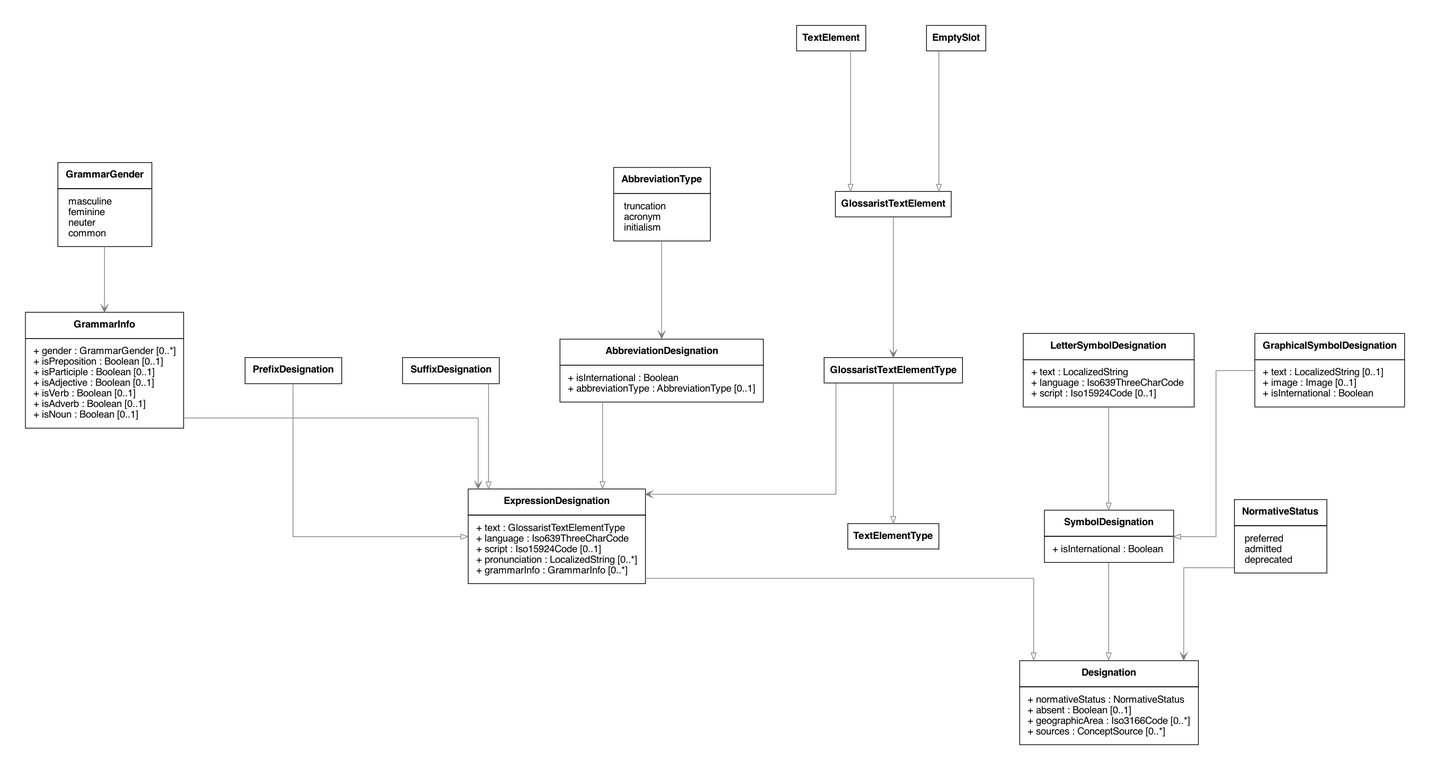
The Graphviz diagram lutaml/Designations.png in glossarist/concept-model, before a commit. Its source is kept beside it as lutaml/Designations.dot.
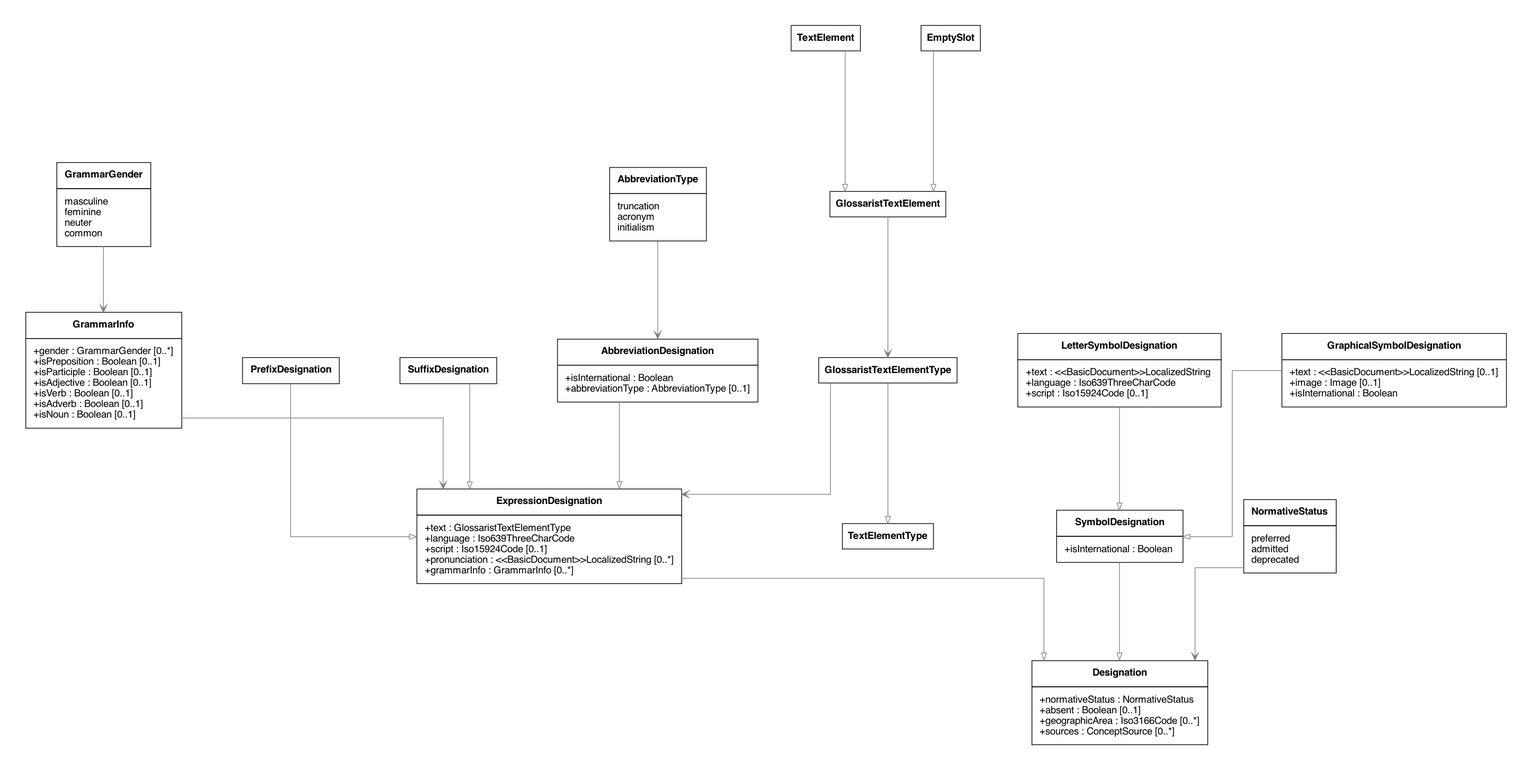
After the change.

Change to the diagram source:
```diff
@@ -12,10 +12,10 @@
   <TR>
     <TD>
           <TABLE BORDER="0" CELLPADDING="0" CELLSPACING="0">
-            <TR><TD ALIGN="LEFT">+ normativeStatus : NormativeStatus </TD></TR>
-            <TR><TD ALIGN="LEFT">+ absent : Boolean &#91;0..1&#93;</TD></TR>
-            <TR><TD ALIGN="LEFT">+ geographicArea : Iso3166Code &#91;0..*&#93;</TD></TR>
-            <TR><TD ALIGN="LEFT">+ sources : ConceptSource &#91;0..*&#93;</TD></TR>
+            <TR><TD ALIGN="LEFT">+normativeStatus : NormativeStatus </TD></TR>
+            <TR><TD ALIGN="LEFT">+absent : Boolean &#91;0..1&#93;</TD></TR>
+            <TR><TD ALIGN="LEFT">+geographicArea : Iso3166Code &#91;0..*&#93;</TD></TR>
+            <TR><TD ALIGN="LEFT">+sources : ConceptSource &#91;0..*&#93;</TD></TR>
           </TABLE>
         </TD>
   </TR>
@@ -32,11 +32,11 @@
   <TR>
     <TD>
           <TABLE BORDER="0" CELLPADDING="0" CELLSPACING="0">
-            <TR><TD ALIGN="LEFT">+ text : GlossaristTextElementType </TD></TR>
-            <TR><TD ALIGN="LEFT">+ language : Iso639ThreeCharCode </TD></TR>
-            <TR><TD ALIGN="LEFT">+ script : Iso15924Code &#91;0..1&#93;</TD></TR>
-            <TR><TD ALIGN="LEFT">+ pronunciation : LocalizedString &#91;0..*&#93;</TD></TR>
-            <TR><TD ALIGN="LEFT">+ grammarInfo : GrammarInfo &#91;0..*&#93;</TD></TR>
+            <TR><TD ALIGN="LEFT">+text : GlossaristTextElementType </TD></TR>
+            <TR><TD ALIGN="LEFT">+language : Iso639ThreeCharCode </TD></TR>
+            <TR><TD ALIGN="LEFT">+script : Iso15924Code &#91;0..1&#93;</TD></TR>
+            <TR><TD ALIGN="LEFT">+pronunciation : &#60;&#60;BasicDocument&#62;&#62;LocalizedString &#91;0..*&#93;</TD></TR>
+            <TR><TD ALIGN="LEFT">+grammarInfo : GrammarInfo &#91;0..*&#93;</TD></TR>
           </TABLE>
         </TD>
   </TR>
@@ -53,13 +53,13 @@
   <TR>
     <TD>
           <TABLE BORDER="0" CELLPADDING="0" CELLSPACING="0">
-            <TR><TD ALIGN="LEFT">+ gender : GrammarGender &#91;0..*&#93;</TD></TR>
-            <TR><TD ALIGN="LEFT">+ isPreposition : Boolean &#91;0..1&#93;</TD></TR>
-            <TR><TD ALIGN="LEFT">+ isParticiple : Boolean &#91;0..1&#93;</TD></TR>
-            <TR><TD ALIGN="LEFT">+ isAdjective : Boolean &#91;0..1&#93;</TD></TR>
-            <TR><TD ALIGN="LEFT">+ isVerb : Boolean &#91;0..1&#93;</TD></TR>
-            <TR><TD ALIGN="LEFT">+ isAdverb : Boolean &#91;0..1&#93;</TD></TR>
-            <TR><TD ALIGN="LEFT">+ isNoun : Boolean &#91;0..1&#93;</TD></TR>
+            <TR><TD ALIGN="LEFT">+gender : GrammarGender &#91;0..*&#93;</TD></TR>
+            <TR><TD ALIGN="LEFT">+isPreposition : Boolean &#91;0..1&#93;</TD></TR>
+            <TR><TD ALIGN="LEFT">+isParticiple : Boolean &#91;0..1&#93;</TD></TR>
+            <TR><TD ALIGN="LEFT">+isAdjective : Boolean &#91;0..1&#93;</TD></TR>
+            <TR><TD ALIGN="LEFT">+isVerb : Boolean &#91;0..1&#93;</TD></TR>
+            <TR><TD ALIGN="LEFT">+isAdverb : Boolean &#91;0..1&#93;</TD></TR>
+            <TR><TD ALIGN="LEFT">+isNoun : Boolean &#91;0..1&#93;</TD></TR>
           </TABLE>
         </TD>
   </TR>
@@ -76,7 +76,7 @@
   <TR>
     <TD>
           <TABLE BORDER="0" CELLPADDING="0" CELLSPACING="0">
-            <TR><TD ALIGN="LEFT">+ isInternational : Boolean </TD></TR>
+            <TR><TD ALIGN="LEFT">+isInternational : Boolean </TD></TR>
           </TABLE>
         </TD>
   </TR>
@@ -111,8 +111,8 @@
   <TR>
     <TD>
           <TABLE BORDER="0" CELLPADDING="0" CELLSPACING="0">
-            <TR><TD ALIGN="LEFT">+ isInternational : Boolean </TD></TR>
-            <TR><TD ALIGN="LEFT">+ abbreviationType : AbbreviationType &#91;0..1&#93;</TD></TR>
+            <TR><TD ALIGN="LEFT">+isInternational : Boolean </TD></TR>
+            <TR><TD ALIGN="LEFT">+abbreviationType : AbbreviationType &#91;0..1&#93;</TD></TR>
           </TABLE>
         </TD>
   </TR>
@@ -129,9 +129,9 @@
   <TR>
     <TD>
           <TABLE BORDER="0" CELLPADDING="0" CELLSPACING="0">
-            <TR><TD ALIGN="LEFT">+ text : LocalizedString </TD></TR>
-            <TR><TD ALIGN="LEFT">+ language : Iso639ThreeCharCode </TD></TR>
-            <TR><TD ALIGN="LEFT">+ script : Iso15924Code &#91;0..1&#93;</TD></TR>
+            <TR><TD ALIGN="LEFT">+text : &#60;&#60;BasicDocument&#62;&#62;LocalizedString </TD></TR>
+            <TR><TD ALIGN="LEFT">+language : Iso639ThreeCharCode </TD></TR>
+            <TR><TD ALIGN="LEFT">+script : Iso15924Code &#91;0..1&#93;</TD></TR>
           </TABLE>
         </TD>
   </TR>
@@ -148,9 +148,9 @@
   <TR>
     <TD>
           <TABLE BORDER="0" CELLPADDING="0" CELLSPACING="0">
-            <TR><TD ALIGN="LEFT">+ text : LocalizedString &#91;0..1&#93;</TD></TR>
-            <TR><TD ALIGN="LEFT">+ image : Image &#91;0..1&#93;</TD></TR>
-            <TR><TD ALIGN="LEFT">+ isInternational : Boolean </TD></TR>
+            <TR><TD ALIGN="LEFT">+text : &#60;&#60;BasicDocument&#62;&#62;LocalizedString &#91;0..1&#93;</TD></TR>
+            <TR><TD ALIGN="LEFT">+image : Image &#91;0..1&#93;</TD></TR>
+            <TR><TD ALIGN="LEFT">+isInternational : Boolean </TD></TR>
           </TABLE>
         </TD>
   </TR>
@@ -167,9 +167,9 @@
   <TR>
     <TD>
           <TABLE BORDER="0" CELLPADDING="0" CELLSPACING="0">
-            <TR><TD ALIGN="LEFT"> preferred</TD></TR>
-            <TR><TD ALIGN="LEFT"> admitted</TD></TR>
-            <TR><TD ALIGN="LEFT"> deprecated</TD></TR>
+            <TR><TD ALIGN="LEFT">preferred</TD></TR>
+            <TR><TD ALIGN="LEFT">admitted</TD></TR>
+            <TR><TD ALIGN="LEFT">deprecated</TD></TR>
           </TABLE>
         </TD>
   </TR>
@@ -186,9 +186,9 @@
   <TR>
     <TD>
           <TABLE BORDER="0" CELLPADDING="0" CELLSPACING="0">
-            <TR><TD ALIGN="LEFT"> truncation</TD></TR>
-            <TR><TD ALIGN="LEFT"> acronym</TD></TR>
-            <TR><TD ALIGN="LEFT"> initialism</TD></TR>
+            <TR><TD ALIGN="LEFT">truncation</TD></TR>
+            <TR><TD ALIGN="LEFT">acronym</TD></TR>
+            <TR><TD ALIGN="LEFT">initialism</TD></TR>
           </TABLE>
         </TD>
   </TR>
@@ -205,10 +205,10 @@
   <TR>
     <TD>
           <TABLE BORDER="0" CELLPADDING="0" CELLSPACING="0">
-            <TR><TD ALIGN="LEFT"> masculine</TD></TR>
-            <TR><TD ALIGN="LEFT"> feminine</TD></TR>
-            <TR><TD ALIGN="LEFT"> neuter</TD></TR>
-            <TR><TD ALIGN="LEFT"> common</TD></TR>
+            <TR><TD ALIGN="LEFT">masculine</TD></TR>
+            <TR><TD ALIGN="LEFT">feminine</TD></TR>
+            <TR><TD ALIGN="LEFT">neuter</TD></TR>
+            <TR><TD ALIGN="LEFT">common</TD></TR>
           </TABLE>
         </TD>
   </TR>
```
